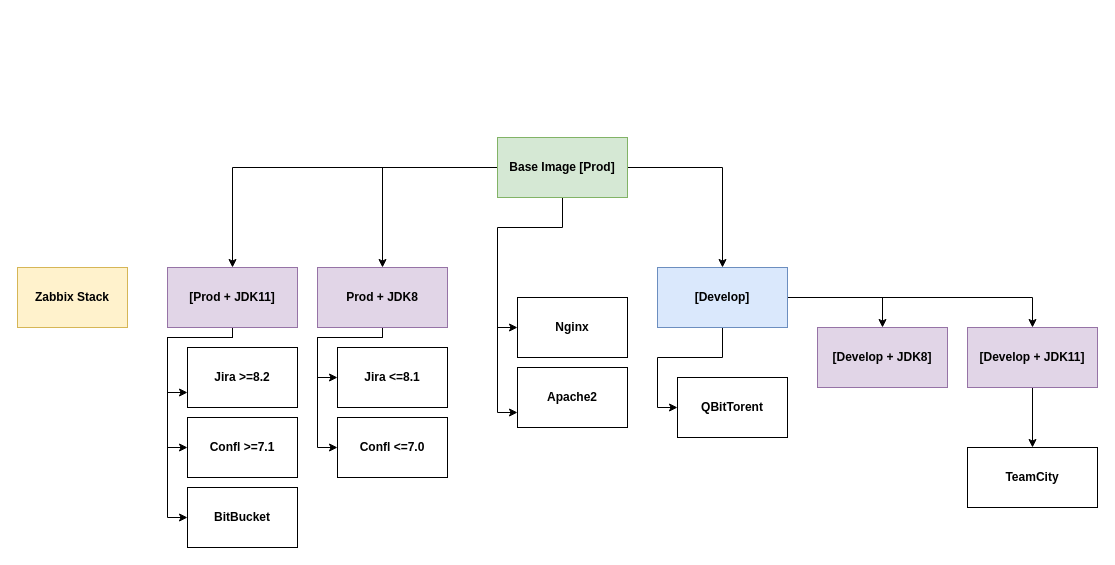
Above: .github/docker-scripts.drawio in EpicMorg/docker (draw.io), before the change. Source tidied: cells renumbered, new cells numbered last; positions are measured from the earlier drawing's top-left corner, leaving out a move shared by most shapes. Both pictures are drawn from the tidied source at 100%, with x=0, y=0 at pixel (17, 137).
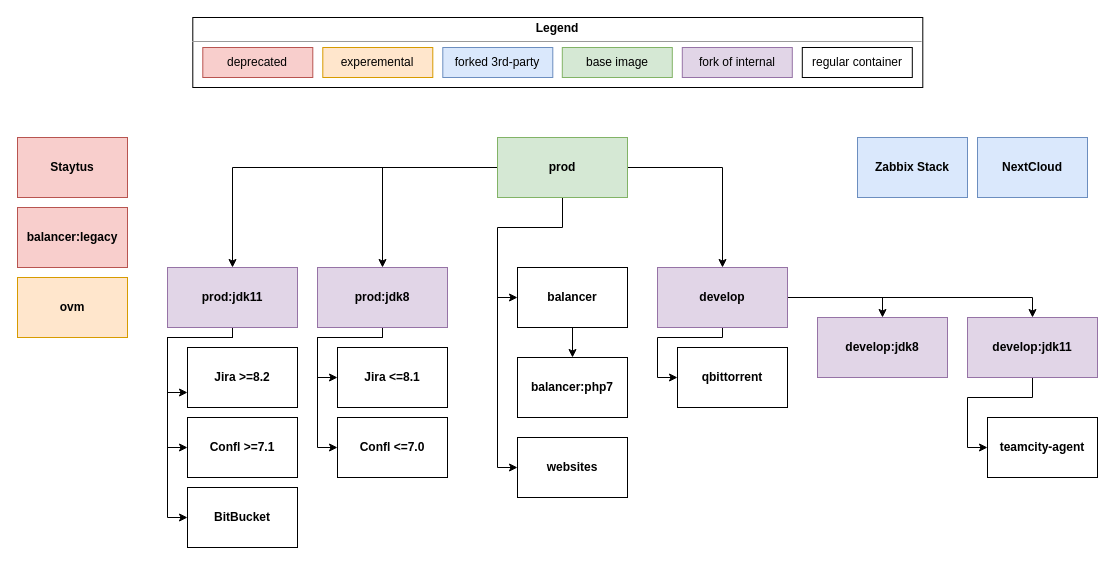
Above is the later version.

Change to the diagram source:
```diff
@@
     <mxCell id="4" style="edgeStyle=orthogonalEdgeStyle;rounded=0;jettySize=auto;html=1;entryX=0;entryY=0.5;entryDx=0;entryDy=0;" parent="1" edge="1" source="5" target="25">
       <mxGeometry relative="1" as="geometry">
         <Array as="points">
-          <mxPoint x="705" y="220" />
-          <mxPoint x="640" y="220" />
-          <mxPoint x="640" y="270" />
+          <mxPoint x="705" y="200" />
+          <mxPoint x="640" y="200" />
+          <mxPoint x="640" y="240" />
         </Array>
       </mxGeometry>
     </mxCell>
-    <mxCell id="5" value="&lt;span style=&quot;font-weight: 700 ; white-space: nowrap&quot;&gt;[Develop]&lt;/span&gt;" style="whiteSpace=wrap;html=1;align=center;verticalAlign=middle;fillColor=#dae8fc;strokeColor=#6c8ebf;" parent="1" vertex="1">
+    <mxCell id="5" value="&lt;span style=&quot;font-weight: 700 ; white-space: nowrap&quot;&gt;develop&lt;/span&gt;" style="whiteSpace=wrap;html=1;align=center;verticalAlign=middle;fillColor=#e1d5e7;strokeColor=#9673a6;" parent="1" vertex="1">
       <mxGeometry x="640" y="130" width="130" height="60" as="geometry" />
     </mxCell>
@@
-    <mxCell id="9" style="edgeStyle=orthogonalEdgeStyle;rounded=0;jettySize=auto;html=1;entryX=0;entryY=0.75;entryDx=0;entryDy=0;" parent="1" edge="1" source="10" target="24">
+    <mxCell id="9" style="edgeStyle=orthogonalEdgeStyle;rounded=0;jettySize=auto;html=1;entryX=0;entryY=0.5;entryDx=0;entryDy=0;" parent="1" edge="1" source="10" target="24">
       <mxGeometry relative="1" as="geometry">
         <Array as="points">
           <mxPoint x="545" y="90" />
           <mxPoint x="480" y="90" />
-          <mxPoint x="480" y="275" />
+          <mxPoint x="480" y="330" />
         </Array>
       </mxGeometry>
     </mxCell>
-    <mxCell id="10" value="&lt;span style=&quot;font-weight: 700 ; white-space: nowrap&quot;&gt;Base Image [Prod]&lt;/span&gt;" style="whiteSpace=wrap;html=1;align=center;fillColor=#d5e8d4;strokeColor=#82b366;" parent="1" vertex="1">
+    <mxCell id="10" value="&lt;span style=&quot;font-weight: 700 ; white-space: nowrap&quot;&gt;prod&lt;/span&gt;" style="whiteSpace=wrap;html=1;align=center;fillColor=#d5e8d4;strokeColor=#82b366;" parent="1" vertex="1">
       <mxGeometry x="480" width="130" height="60" as="geometry" />
     </mxCell>
@@
-    <mxCell id="13" value="&lt;span style=&quot;font-weight: 700 ; white-space: nowrap&quot;&gt;Prod + JDK8&lt;/span&gt;" style="whiteSpace=wrap;html=1;align=center;verticalAlign=middle;fillColor=#e1d5e7;strokeColor=#9673a6;" parent="1" vertex="1">
+    <mxCell id="13" value="&lt;span style=&quot;font-weight: 700 ; white-space: nowrap&quot;&gt;prod&lt;/span&gt;&lt;span style=&quot;font-weight: 700 ; white-space: nowrap&quot;&gt;:jdk8&lt;/span&gt;" style="whiteSpace=wrap;html=1;align=center;verticalAlign=middle;fillColor=#e1d5e7;strokeColor=#9673a6;" parent="1" vertex="1">
       <mxGeometry x="300" y="130" width="130" height="60" as="geometry" />
     </mxCell>
-    <mxCell id="14" value="&lt;span style=&quot;font-weight: 700 ; white-space: nowrap&quot;&gt;TeamCity&lt;/span&gt;" style="whiteSpace=wrap;html=1;align=center;verticalAlign=middle;" parent="1" vertex="1">
-      <mxGeometry x="950" y="310" width="130" height="60" as="geometry" />
+    <mxCell id="14" value="&lt;span style=&quot;white-space: nowrap&quot;&gt;&lt;b&gt;teamcity-agent&lt;/b&gt;&lt;/span&gt;" style="whiteSpace=wrap;html=1;align=center;verticalAlign=middle;" parent="1" vertex="1">
+      <mxGeometry x="970" y="280" width="110" height="60" as="geometry" />
     </mxCell>
-    <mxCell id="15" style="edgeStyle=orthogonalEdgeStyle;rounded=0;jettySize=auto;html=1;exitX=0.5;exitY=1;exitDx=0;exitDy=0;entryX=0.5;entryY=0;entryDx=0;entryDy=0;" parent="1" edge="1" source="16" target="14">
-      <mxGeometry relative="1" as="geometry" />
+    <mxCell id="15" style="edgeStyle=orthogonalEdgeStyle;rounded=0;jettySize=auto;html=1;exitX=0.5;exitY=1;exitDx=0;exitDy=0;entryX=0;entryY=0.5;entryDx=0;entryDy=0;" parent="1" edge="1" source="16" target="14">
+      <mxGeometry relative="1" as="geometry">
+        <Array as="points">
+          <mxPoint x="1015" y="260" />
+          <mxPoint x="950" y="260" />
+          <mxPoint x="950" y="310" />
+        </Array>
+      </mxGeometry>
     </mxCell>
-    <mxCell id="16" value="&lt;span style=&quot;font-weight: 700 ; white-space: nowrap&quot;&gt;[Develop&lt;/span&gt;&lt;span style=&quot;font-weight: 700 ; white-space: nowrap&quot;&gt;&amp;nbsp;+ JDK11&lt;/span&gt;&lt;span style=&quot;font-weight: 700 ; white-space: nowrap&quot;&gt;]&lt;/span&gt;" style="whiteSpace=wrap;html=1;align=center;verticalAlign=middle;fillColor=#e1d5e7;strokeColor=#9673a6;" parent="1" vertex="1">
-      <mxGeometry x="950" y="190" width="130" height="60" as="geometry" />
+    <mxCell id="16" value="&lt;span style=&quot;font-weight: 700 ; white-space: nowrap&quot;&gt;develop&lt;/span&gt;&lt;span style=&quot;font-weight: 700 ; white-space: nowrap&quot;&gt;:jdk11&lt;/span&gt;" style="whiteSpace=wrap;html=1;align=center;verticalAlign=middle;fillColor=#e1d5e7;strokeColor=#9673a6;" parent="1" vertex="1">
+      <mxGeometry x="950" y="180" width="130" height="60" as="geometry" />
     </mxCell>
-    <mxCell id="17" value="&lt;span style=&quot;font-weight: 700 ; white-space: nowrap&quot;&gt;[Develop&lt;/span&gt;&lt;span style=&quot;font-weight: 700 ; white-space: nowrap&quot;&gt;&amp;nbsp;+ JDK8&lt;/span&gt;&lt;span style=&quot;font-weight: 700 ; white-space: nowrap&quot;&gt;]&lt;/span&gt;" style="whiteSpace=wrap;html=1;align=center;verticalAlign=middle;fillColor=#e1d5e7;strokeColor=#9673a6;" parent="1" vertex="1">
-      <mxGeometry x="800" y="190" width="130" height="60" as="geometry" />
+    <mxCell id="17" value="&lt;span style=&quot;font-weight: 700 ; white-space: nowrap&quot;&gt;develop:jdk8&lt;/span&gt;" style="whiteSpace=wrap;html=1;align=center;verticalAlign=middle;fillColor=#e1d5e7;strokeColor=#9673a6;" parent="1" vertex="1">
+      <mxGeometry x="800" y="180" width="130" height="60" as="geometry" />
     </mxCell>
     <mxCell id="18" style="edgeStyle=orthogonalEdgeStyle;rounded=0;jettySize=auto;html=1;entryX=0;entryY=0.5;entryDx=0;entryDy=0;" parent="1" edge="1" target="19">
       <mxGeometry relative="1" as="geometry">
         <mxPoint x="480" y="200" as="sourcePoint" />
         <Array as="points">
-          <mxPoint x="480" y="190" />
+          <mxPoint x="480" y="160" />
         </Array>
       </mxGeometry>
     </mxCell>
+    <mxCell id="32" style="edgeStyle=orthogonalEdgeStyle;rounded=0;jettySize=auto;html=1;entryX=0.5;entryY=0;entryDx=0;entryDy=0;" parent="1" edge="1" source="19" target="34">
+      <mxGeometry relative="1" as="geometry" />
+    </mxCell>
-    <mxCell id="19" value="&lt;span style=&quot;font-weight: 700 ; white-space: nowrap&quot;&gt;Nginx&lt;/span&gt;" style="whiteSpace=wrap;html=1;align=center;verticalAlign=middle;" parent="1" vertex="1">
-      <mxGeometry x="500" y="160" width="110" height="60" as="geometry" />
+    <mxCell id="19" value="&lt;span style=&quot;font-weight: 700 ; white-space: nowrap&quot;&gt;balancer&lt;/span&gt;" style="whiteSpace=wrap;html=1;align=center;verticalAlign=middle;" parent="1" vertex="1">
+      <mxGeometry x="500" y="130" width="110" height="60" as="geometry" />
     </mxCell>
@@
-    <mxCell id="23" value="&lt;span style=&quot;font-weight: 700 ; white-space: nowrap&quot;&gt;[&lt;/span&gt;&lt;span style=&quot;font-weight: 700 ; white-space: nowrap&quot;&gt;Prod&lt;/span&gt;&lt;span style=&quot;font-weight: 700 ; white-space: nowrap&quot;&gt;&amp;nbsp;+ JDK11&lt;/span&gt;&lt;span style=&quot;font-weight: 700 ; white-space: nowrap&quot;&gt;]&lt;/span&gt;" style="whiteSpace=wrap;html=1;align=center;verticalAlign=middle;fillColor=#e1d5e7;strokeColor=#9673a6;" parent="1" vertex="1">
+    <mxCell id="23" value="&lt;span style=&quot;font-weight: 700 ; white-space: nowrap&quot;&gt;prod&lt;/span&gt;&lt;span style=&quot;font-weight: 700 ; white-space: nowrap&quot;&gt;:jdk&lt;/span&gt;&lt;span style=&quot;font-weight: 700 ; white-space: nowrap&quot;&gt;11&lt;/span&gt;" style="whiteSpace=wrap;html=1;align=center;verticalAlign=middle;fillColor=#e1d5e7;strokeColor=#9673a6;" parent="1" vertex="1">
       <mxGeometry x="150" y="130" width="130" height="60" as="geometry" />
     </mxCell>
-    <mxCell id="24" value="&lt;span style=&quot;font-weight: 700 ; white-space: nowrap&quot;&gt;Apache2&lt;/span&gt;" style="whiteSpace=wrap;html=1;align=center;verticalAlign=middle;" parent="1" vertex="1">
-      <mxGeometry x="500" y="230" width="110" height="60" as="geometry" />
+    <mxCell id="24" value="&lt;span style=&quot;font-weight: 700 ; white-space: nowrap&quot;&gt;websites&lt;/span&gt;" style="whiteSpace=wrap;html=1;align=center;verticalAlign=middle;" parent="1" vertex="1">
+      <mxGeometry x="500" y="300" width="110" height="60" as="geometry" />
     </mxCell>
-    <mxCell id="25" value="&lt;span style=&quot;font-weight: 700 ; white-space: nowrap&quot;&gt;QBitTorent&lt;/span&gt;" style="whiteSpace=wrap;html=1;align=center;verticalAlign=middle;" parent="1" vertex="1">
-      <mxGeometry x="660" y="240" width="110" height="60" as="geometry" />
+    <mxCell id="25" value="&lt;span style=&quot;white-space: nowrap&quot;&gt;&lt;b&gt;qbittorrent&lt;/b&gt;&lt;/span&gt;" style="whiteSpace=wrap;html=1;align=center;verticalAlign=middle;" parent="1" vertex="1">
+      <mxGeometry x="660" y="210" width="110" height="60" as="geometry" />
     </mxCell>
@@
-    <mxCell id="31" value="&lt;span style=&quot;font-weight: 700 ; white-space: nowrap&quot;&gt;Zabbix Stack&lt;/span&gt;" style="whiteSpace=wrap;html=1;align=center;verticalAlign=middle;fillColor=#fff2cc;strokeColor=#d6b656;" parent="1" vertex="1">
-      <mxGeometry y="130" width="110" height="60" as="geometry" />
+    <mxCell id="31" value="&lt;span style=&quot;font-weight: 700 ; white-space: nowrap&quot;&gt;Zabbix Stack&lt;/span&gt;" style="whiteSpace=wrap;html=1;align=center;verticalAlign=middle;fillColor=#dae8fc;strokeColor=#6c8ebf;" parent="1" vertex="1">
+      <mxGeometry x="840" width="110" height="60" as="geometry" />
     </mxCell>
+    <mxCell id="33" value="&lt;span style=&quot;font-weight: 700 ; white-space: nowrap&quot;&gt;NextCloud&lt;/span&gt;" style="whiteSpace=wrap;html=1;align=center;verticalAlign=middle;fillColor=#dae8fc;strokeColor=#6c8ebf;" parent="1" vertex="1">
+      <mxGeometry x="960" width="110" height="60" as="geometry" />
+    </mxCell>
+    <mxCell id="34" value="&lt;span style=&quot;font-weight: 700 ; white-space: nowrap&quot;&gt;balancer:php7&lt;/span&gt;" style="whiteSpace=wrap;html=1;align=center;verticalAlign=middle;" parent="1" vertex="1">
+      <mxGeometry x="500" y="220" width="110" height="60" as="geometry" />
+    </mxCell>
+    <mxCell id="35" value="&lt;b&gt;Staytus&lt;/b&gt;" style="whiteSpace=wrap;html=1;align=center;verticalAlign=middle;fillColor=#f8cecc;strokeColor=#b85450;" parent="1" vertex="1">
+      <mxGeometry width="110" height="60" as="geometry" />
+    </mxCell>
+    <mxCell id="36" value="&lt;b&gt;balancer:legacy&lt;/b&gt;" style="whiteSpace=wrap;html=1;align=center;verticalAlign=middle;fillColor=#f8cecc;strokeColor=#b85450;" parent="1" vertex="1">
+      <mxGeometry y="70" width="110" height="60" as="geometry" />
+    </mxCell>
+    <mxCell id="37" value="&lt;b&gt;ovm&lt;/b&gt;" style="whiteSpace=wrap;html=1;align=center;verticalAlign=middle;fillColor=#ffe6cc;strokeColor=#d79b00;" parent="1" vertex="1">
+      <mxGeometry y="140" width="110" height="60" as="geometry" />
+    </mxCell>
+    <mxCell id="38" style="group;" parent="1" vertex="1">
+      <mxGeometry x="175.3" y="-120" width="730" height="70" as="geometry" />
+    </mxCell>
+    <mxCell id="39" value="&lt;p style=&quot;margin: 0px ; margin-top: 4px ; text-align: center&quot;&gt;&lt;b&gt;Legend&lt;/b&gt;&lt;/p&gt;&lt;hr size=&quot;1&quot;&gt;&lt;div style=&quot;height: 2px&quot;&gt;&lt;/div&gt;" style="verticalAlign=top;align=left;overflow=fill;fontSize=12;fontFamily=Helvetica;html=1;" parent="38" vertex="1">
+      <mxGeometry width="730" height="70" as="geometry" />
+    </mxCell>
+    <mxCell id="40" value="deprecated" style="rounded=0;whiteSpace=wrap;html=1;fillColor=#f8cecc;strokeColor=#b85450;" parent="38" vertex="1">
+      <mxGeometry x="10" y="30" width="110" height="30" as="geometry" />
+    </mxCell>
+    <mxCell id="41" value="experemental" style="rounded=0;whiteSpace=wrap;html=1;fillColor=#ffe6cc;strokeColor=#d79b00;" parent="38" vertex="1">
+      <mxGeometry x="130" y="30" width="110" height="30" as="geometry" />
+    </mxCell>
+    <mxCell id="42" value="forked 3rd-party" style="rounded=0;whiteSpace=wrap;html=1;fillColor=#dae8fc;strokeColor=#6c8ebf;" parent="38" vertex="1">
+      <mxGeometry x="250" y="30" width="110" height="30" as="geometry" />
+    </mxCell>
+    <mxCell id="43" value="fork of internal" style="rounded=0;whiteSpace=wrap;html=1;fillColor=#e1d5e7;strokeColor=#9673a6;" parent="38" vertex="1">
+      <mxGeometry x="489.5" y="30" width="110" height="30" as="geometry" />
+    </mxCell>
+    <mxCell id="44" value="base image" style="rounded=0;whiteSpace=wrap;html=1;fillColor=#d5e8d4;strokeColor=#82b366;" parent="38" vertex="1">
+      <mxGeometry x="369.5" y="30" width="110" height="30" as="geometry" />
+    </mxCell>
+    <mxCell id="45" value="regular container" style="rounded=0;whiteSpace=wrap;html=1;" parent="38" vertex="1">
+      <mxGeometry x="609.5" y="30" width="110" height="30" as="geometry" />
+    </mxCell>
```
